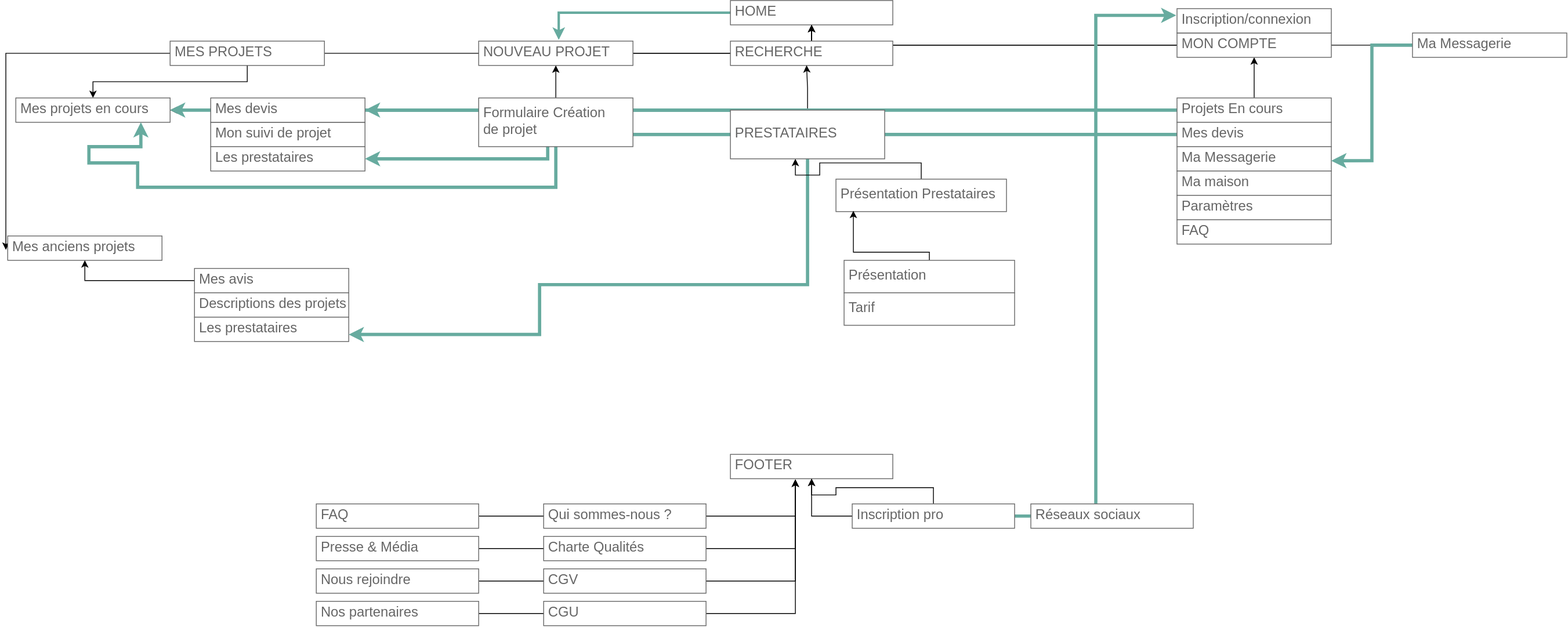
LaurentDecamps/UltraMotionCorp keeps this draw.io diagram as doc/archi.svg. Above is the earlier version. Source tidied: cells renumbered, new cells last; positions are measured from the earlier drawing's top-left corner, leaving out a move shared by most shapes.
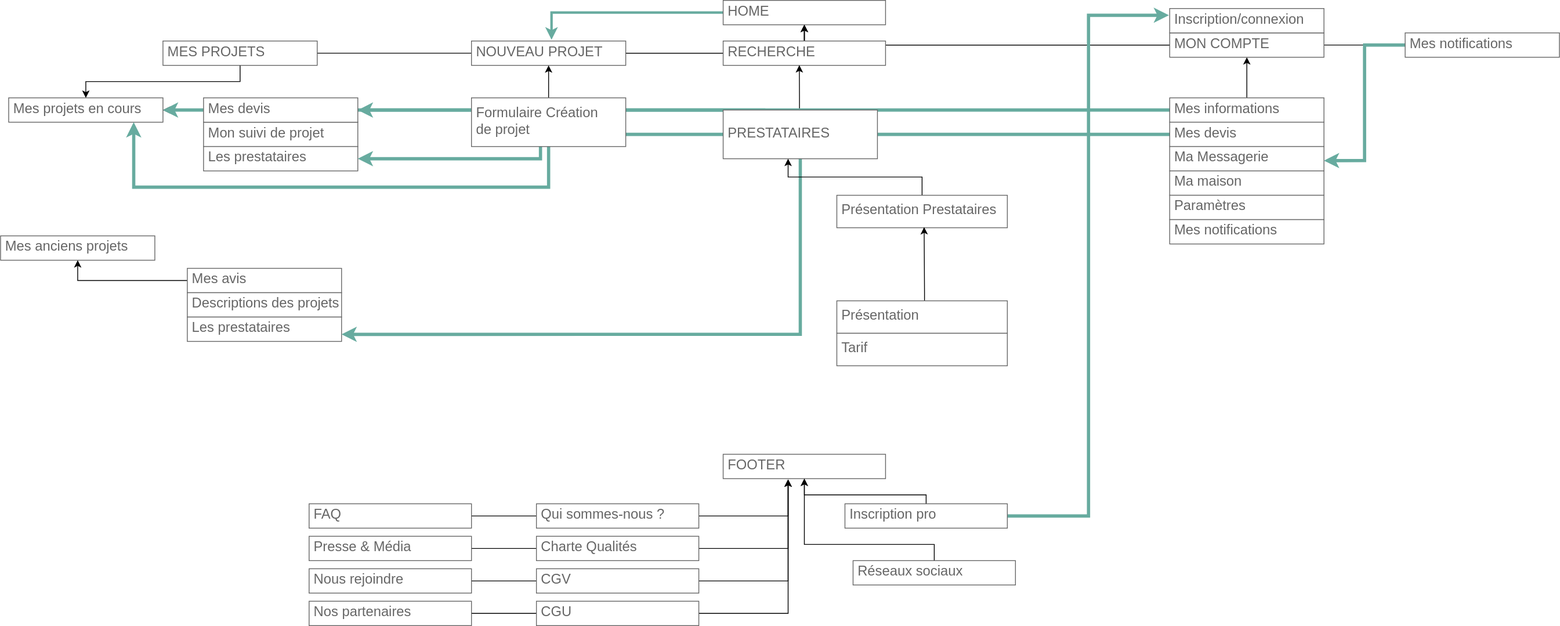
After the commit.

The edit, as a diff of the source:
```diff
@@ -11,9 +11,6 @@
     <mxCell id="4" style="edgeStyle=orthogonalEdgeStyle;rounded=0;jettySize=auto;html=1;" parent="1" edge="1" source="7" target="13">
       <mxGeometry relative="1" as="geometry" />
     </mxCell>
-    <mxCell id="5" style="edgeStyle=orthogonalEdgeStyle;rounded=0;jettySize=auto;html=1;entryX=-0.012;entryY=0.567;entryDx=0;entryDy=0;entryPerimeter=0;" parent="1" edge="1" source="7" target="14">
-      <mxGeometry relative="1" as="geometry" />
-    </mxCell>
     <mxCell id="6" style="edgeStyle=orthogonalEdgeStyle;rounded=0;jettySize=auto;html=1;" parent="1" edge="1" source="7" target="3">
       <mxGeometry relative="1" as="geometry" />
     </mxCell>
@@ -70,11 +67,7 @@
         <mxPoint x="164" y="150" as="targetPoint" />
         <Array as="points">
           <mxPoint x="675" y="230" />
-          <mxPoint x="160" y="230" />
-          <mxPoint x="160" y="200" />
-          <mxPoint x="100" y="200" />
-          <mxPoint x="100" y="180" />
-          <mxPoint x="164" y="180" />
+          <mxPoint x="164" y="230" />
         </Array>
       </mxGeometry>
     </mxCell>
@@ -82,7 +75,12 @@
       <mxGeometry x="890" y="559" width="200" height="30" as="geometry" />
     </mxCell>
     <mxCell id="25" style="edgeStyle=orthogonalEdgeStyle;rounded=0;jettySize=auto;html=1;entryX=0.469;entryY=0.993;entryDx=0;entryDy=0;entryPerimeter=0;" parent="1" edge="1" source="64" target="12">
-      <mxGeometry relative="1" as="geometry" />
+      <mxGeometry relative="1" as="geometry">
+        <Array as="points">
+          <mxPoint x="984" y="120" />
+          <mxPoint x="984" y="120" />
+        </Array>
+      </mxGeometry>
     </mxCell>
     <mxCell id="26" style="edgeStyle=orthogonalEdgeStyle;rounded=0;jettySize=auto;html=1;strokeColor=#67AB9F;strokeWidth=4;" parent="1" edge="1" source="64" target="21">
       <mxGeometry relative="1" as="geometry" />
@@ -90,9 +88,7 @@
     <mxCell id="27" style="edgeStyle=orthogonalEdgeStyle;rounded=0;jettySize=auto;html=1;entryX=1;entryY=0.711;entryDx=0;entryDy=0;entryPerimeter=0;strokeColor=#67AB9F;strokeWidth=4;" parent="1" edge="1" source="64" target="20">
       <mxGeometry relative="1" as="geometry">
         <Array as="points">
-          <mxPoint x="985" y="350" />
-          <mxPoint x="655" y="350" />
-          <mxPoint x="655" y="411" />
+          <mxPoint x="985" y="411" />
         </Array>
       </mxGeometry>
     </mxCell>
@@ -100,10 +96,15 @@
       <mxGeometry relative="1" as="geometry" />
     </mxCell>
     <mxCell id="29" value="Présentation Prestataires" style="strokeWidth=1;shadow=0;dashed=0;align=center;html=1;shape=mxgraph.mockup.text.textBox;fontColor=#666666;align=left;fontSize=17;spacingLeft=4;spacingTop=-3;strokeColor=#666666;mainText=;" parent="1" vertex="1">
-      <mxGeometry x="1020" y="220" width="210" height="40" as="geometry" />
+      <mxGeometry x="1030" y="240" width="210" height="40" as="geometry" />
     </mxCell>
-    <mxCell id="30" style="edgeStyle=orthogonalEdgeStyle;rounded=0;jettySize=auto;html=1;entryX=0.102;entryY=0.975;entryDx=0;entryDy=0;entryPerimeter=0;" parent="1" edge="1" source="44" target="29">
-      <mxGeometry relative="1" as="geometry" />
+    <mxCell id="30" style="edgeStyle=orthogonalEdgeStyle;rounded=0;jettySize=auto;html=1;entryX=0.512;entryY=0.98;entryDx=0;entryDy=0;entryPerimeter=0;" parent="1" edge="1" source="44" target="29">
+      <mxGeometry relative="1" as="geometry">
+        <Array as="points">
+          <mxPoint x="1138" y="360" />
+          <mxPoint x="1138" y="360" />
+        </Array>
+      </mxGeometry>
     </mxCell>
     <mxCell id="31" style="edgeStyle=orthogonalEdgeStyle;rounded=0;jettySize=auto;html=1;" parent="1" edge="1" source="33" target="40">
       <mxGeometry relative="1" as="geometry" />
@@ -111,7 +112,7 @@
     <mxCell id="32" style="edgeStyle=orthogonalEdgeStyle;rounded=0;jettySize=auto;html=1;strokeColor=#67AB9F;strokeWidth=4;" parent="1" edge="1" source="33" target="13">
       <mxGeometry relative="1" as="geometry" />
     </mxCell>
-    <mxCell id="33" value="Projets En cours" style="strokeWidth=1;shadow=0;dashed=0;align=center;html=1;shape=mxgraph.mockup.text.textBox;fontColor=#666666;align=left;fontSize=17;spacingLeft=4;spacingTop=-3;strokeColor=#666666;mainText=;" parent="1" vertex="1">
+    <mxCell id="33" value="Mes informations" style="strokeWidth=1;shadow=0;dashed=0;align=center;html=1;shape=mxgraph.mockup.text.textBox;fontColor=#666666;align=left;fontSize=17;spacingLeft=4;spacingTop=-3;strokeColor=#666666;mainText=;" parent="1" vertex="1">
       <mxGeometry x="1440" y="120" width="190" height="30" as="geometry" />
     </mxCell>
     <mxCell id="34" style="edgeStyle=orthogonalEdgeStyle;rounded=0;jettySize=auto;html=1;strokeColor=#67AB9F;strokeWidth=4;" parent="1" edge="1" source="35" target="62">
@@ -129,7 +130,7 @@
     <mxCell id="38" value="Paramètres" style="strokeWidth=1;shadow=0;dashed=0;align=center;html=1;shape=mxgraph.mockup.text.textBox;fontColor=#666666;align=left;fontSize=17;spacingLeft=4;spacingTop=-3;strokeColor=#666666;mainText=;" parent="1" vertex="1">
       <mxGeometry x="1440" y="240" width="190" height="30" as="geometry" />
     </mxCell>
-    <mxCell id="39" value="FAQ" style="strokeWidth=1;shadow=0;dashed=0;align=center;html=1;shape=mxgraph.mockup.text.textBox;fontColor=#666666;align=left;fontSize=17;spacingLeft=4;spacingTop=-3;strokeColor=#666666;mainText=;" parent="1" vertex="1">
+    <mxCell id="39" value="Mes notifications" style="strokeWidth=1;shadow=0;dashed=0;align=center;html=1;shape=mxgraph.mockup.text.textBox;fontColor=#666666;align=left;fontSize=17;spacingLeft=4;spacingTop=-3;strokeColor=#666666;mainText=;" parent="1" vertex="1">
       <mxGeometry x="1440" y="270" width="190" height="30" as="geometry" />
     </mxCell>
     <mxCell id="40" value="MON COMPTE" style="strokeWidth=1;shadow=0;dashed=0;align=center;html=1;shape=mxgraph.mockup.text.textBox;fontColor=#666666;align=left;fontSize=17;spacingLeft=4;spacingTop=-3;strokeColor=#666666;mainText=;" parent="1" vertex="1">
@@ -138,14 +139,14 @@
     <mxCell id="41" style="edgeStyle=orthogonalEdgeStyle;rounded=0;jettySize=auto;html=1;entryX=1;entryY=0.578;entryDx=0;entryDy=0;entryPerimeter=0;strokeColor=#67AB9F;strokeWidth=4;" parent="1" edge="1" source="42" target="36">
       <mxGeometry relative="1" as="geometry" />
     </mxCell>
-    <mxCell id="42" value="Ma Messagerie" style="strokeWidth=1;shadow=0;dashed=0;align=center;html=1;shape=mxgraph.mockup.text.textBox;fontColor=#666666;align=left;fontSize=17;spacingLeft=4;spacingTop=-3;strokeColor=#666666;mainText=;" parent="1" vertex="1">
+    <mxCell id="42" value="Mes notifications" style="strokeWidth=1;shadow=0;dashed=0;align=center;html=1;shape=mxgraph.mockup.text.textBox;fontColor=#666666;align=left;fontSize=17;spacingLeft=4;spacingTop=-3;strokeColor=#666666;mainText=;" parent="1" vertex="1">
       <mxGeometry x="1730" y="40" width="190" height="30" as="geometry" />
     </mxCell>
     <mxCell id="43" value="Présentation" style="strokeWidth=1;shadow=0;dashed=0;align=center;html=1;shape=mxgraph.mockup.text.textBox;fontColor=#666666;align=left;fontSize=17;spacingLeft=4;spacingTop=-3;strokeColor=#666666;mainText=;" parent="1" vertex="1">
-      <mxGeometry x="1030" y="320" width="210" height="40" as="geometry" />
+      <mxGeometry x="1030" y="370" width="210" height="40" as="geometry" />
     </mxCell>
     <mxCell id="44" value="Tarif" style="strokeWidth=1;shadow=0;dashed=0;align=center;html=1;shape=mxgraph.mockup.text.textBox;fontColor=#666666;align=left;fontSize=17;spacingLeft=4;spacingTop=-3;strokeColor=#666666;mainText=;" parent="1" vertex="1">
-      <mxGeometry x="1030" y="360" width="210" height="40" as="geometry" />
+      <mxGeometry x="1030" y="410" width="210" height="40" as="geometry" />
     </mxCell>
     <mxCell id="45" style="edgeStyle=orthogonalEdgeStyle;rounded=0;jettySize=auto;html=1;strokeWidth=1;" parent="1" edge="1" source="46">
       <mxGeometry relative="1" as="geometry">
@@ -192,13 +193,23 @@
       <mxGeometry x="660" y="740" width="200" height="30" as="geometry" />
     </mxCell>
     <mxCell id="57" style="edgeStyle=orthogonalEdgeStyle;rounded=0;jettySize=auto;html=1;strokeColor=#000000;strokeWidth=1;" parent="1" edge="1" source="61" target="24">
-      <mxGeometry relative="1" as="geometry" />
+      <mxGeometry relative="1" as="geometry">
+        <Array as="points">
+          <mxPoint x="1140" y="609" />
+          <mxPoint x="990" y="609" />
+        </Array>
+      </mxGeometry>
     </mxCell>
     <mxCell id="58" value="Inscription/connexion" style="strokeWidth=1;shadow=0;dashed=0;align=center;html=1;shape=mxgraph.mockup.text.textBox;fontColor=#666666;align=left;fontSize=17;spacingLeft=4;spacingTop=-3;strokeColor=#666666;mainText=;" parent="1" vertex="1">
       <mxGeometry x="1440" y="10" width="190" height="30" as="geometry" />
     </mxCell>
     <mxCell id="59" style="edgeStyle=orthogonalEdgeStyle;rounded=0;jettySize=auto;html=1;strokeColor=#000000;strokeWidth=1;" parent="1" edge="1" source="65" target="24">
-      <mxGeometry relative="1" as="geometry" />
+      <mxGeometry relative="1" as="geometry">
+        <Array as="points">
+          <mxPoint x="1150" y="670" />
+          <mxPoint x="990" y="670" />
+        </Array>
+      </mxGeometry>
     </mxCell>
     <mxCell id="60" style="edgeStyle=orthogonalEdgeStyle;rounded=0;jettySize=auto;html=1;entryX=-0.005;entryY=0.278;entryDx=0;entryDy=0;entryPerimeter=0;strokeColor=#67AB9F;strokeWidth=4;" parent="1" edge="1" source="61" target="58">
       <mxGeometry relative="1" as="geometry" />
@@ -216,7 +227,7 @@
       <mxGeometry x="890" y="135" width="190" height="60" as="geometry" />
     </mxCell>
     <mxCell id="65" value="Réseaux sociaux" style="strokeWidth=1;shadow=0;dashed=0;align=center;html=1;shape=mxgraph.mockup.text.textBox;fontColor=#666666;align=left;fontSize=17;spacingLeft=4;spacingTop=-3;strokeColor=#666666;mainText=;" parent="1" vertex="1">
-      <mxGeometry x="1260" y="620" width="200" height="30" as="geometry" />
+      <mxGeometry x="1050" y="690" width="200" height="30" as="geometry" />
     </mxCell>
   </root>
 </mxGraphModel>
```
